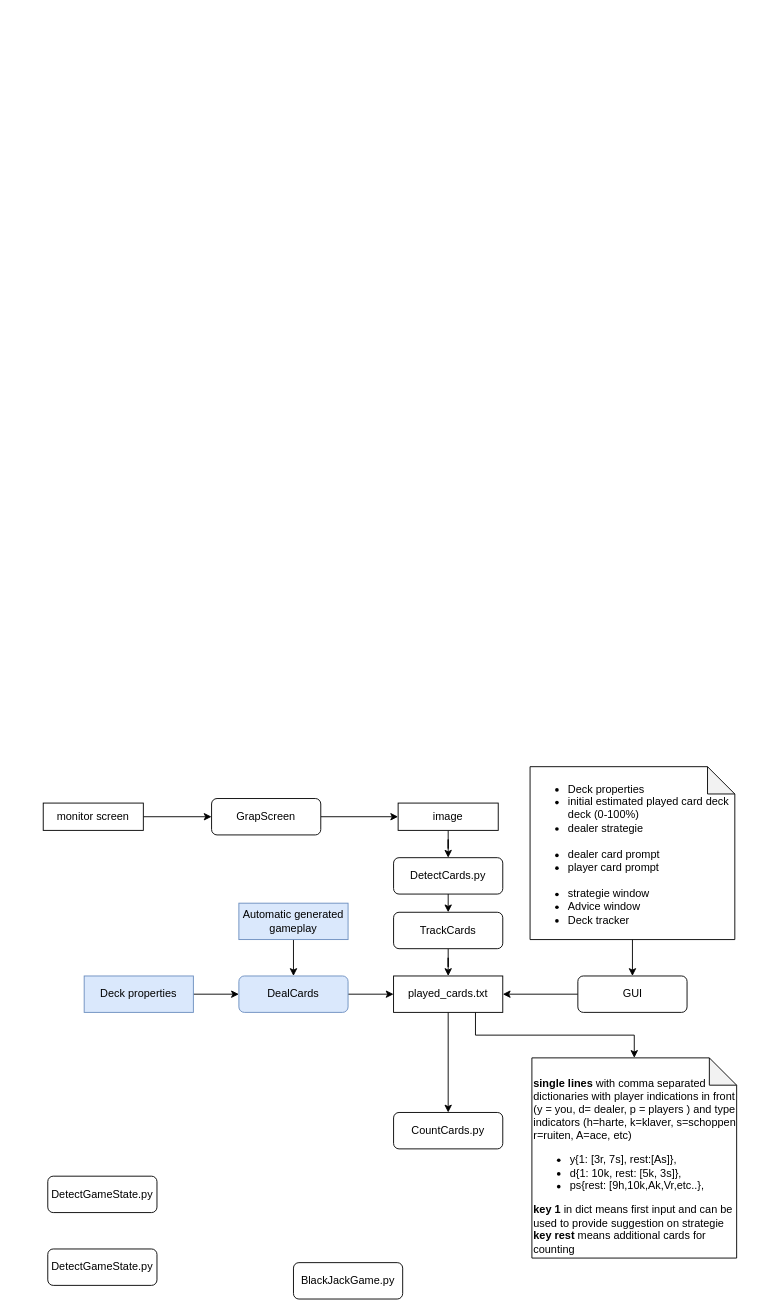
JLSchol/counting_cards keeps this draw.io diagram as docs/flowchart_code.drawio. Above is the earlier version. Source tidied: cells renumbered, new cells numbered last; positions are measured from the earlier drawing's top-left corner, leaving out a move shared by most shapes. Both pictures are drawn from the tidied source at 91%, with x=0, y=0 at pixel (43, 766).
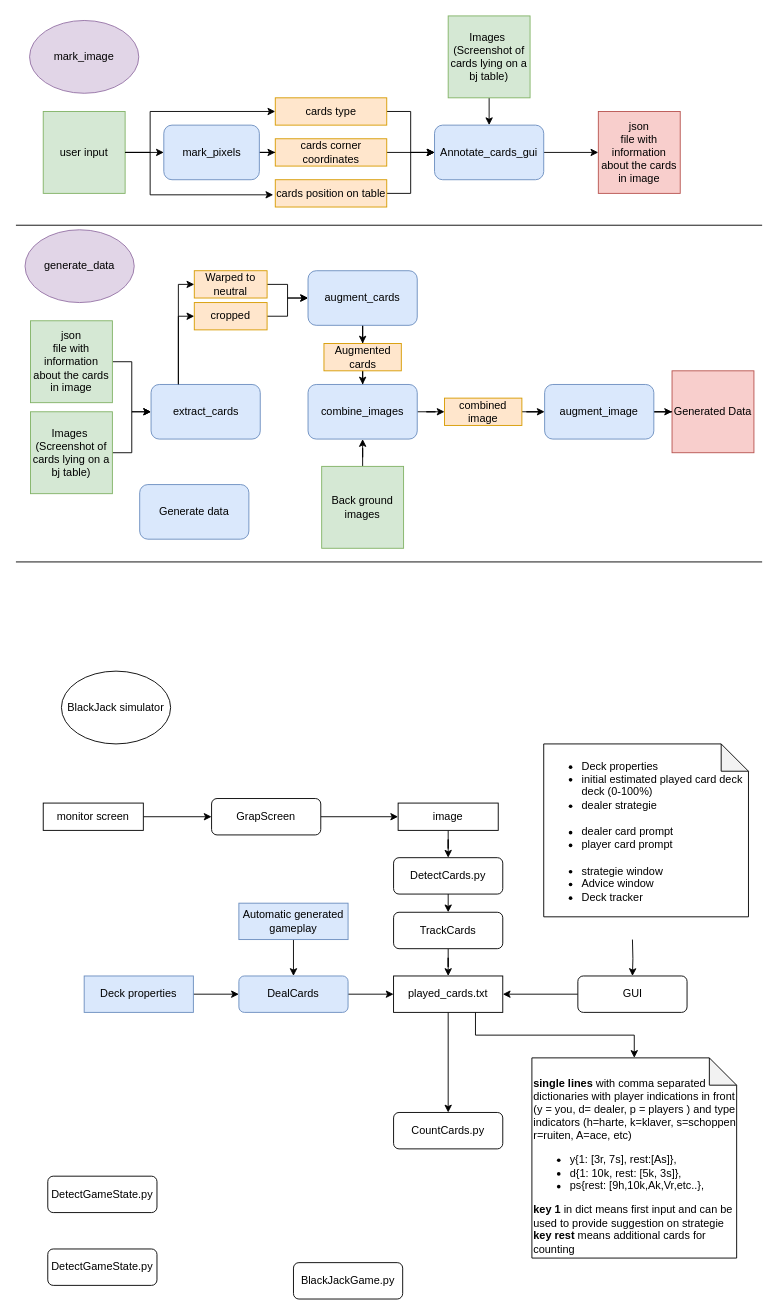
After the change.

The change refers to these unchanged cells:
```xml
<mxCell id="26" value="GUI" style="rounded=1;whiteSpace=wrap;html=1;fontSize=12;glass=0;strokeWidth=1;shadow=0;" parent="1" vertex="1">
  <mxGeometry x="587.5" y="230" width="120" height="40" as="geometry" />
</mxCell>
```

The edit, as a diff of the source:
```diff
@@
-    <mxCell id="27" style="edgeStyle=orthogonalEdgeStyle;rounded=0;jettySize=auto;html=1;entryX=0.5;entryY=0;entryDx=0;entryDy=0;" parent="1" edge="1" source="28" target="26">
-      <mxGeometry relative="1" as="geometry" />
+    <mxCell id="27" style="edgeStyle=orthogonalEdgeStyle;rounded=0;jettySize=auto;html=1;entryX=0.5;entryY=0;entryDx=0;entryDy=0;" parent="1" edge="1" target="26">
+      <mxGeometry relative="1" as="geometry">
+        <mxPoint x="647.5" y="190" as="sourcePoint" />
+      </mxGeometry>
     </mxCell>
     <mxCell id="28" value="&lt;ul&gt;&lt;li&gt;Deck properties&lt;/li&gt;&lt;li&gt;initial estimated played card deck deck (0-100%)&lt;br&gt;&lt;/li&gt;&lt;li&gt;dealer strategie&lt;br&gt;&lt;br&gt;&lt;/li&gt;&lt;li&gt;dealer card prompt&lt;/li&gt;&lt;li&gt;player card prompt&lt;br&gt;&lt;br&gt;&lt;/li&gt;&lt;li&gt;strategie window&lt;br&gt;&lt;/li&gt;&lt;li&gt;Advice window&lt;/li&gt;&lt;li&gt;Deck tracker&lt;/li&gt;&lt;/ul&gt;" style="shape=note;whiteSpace=wrap;html=1;backgroundOutline=1;darkOpacity=0.05;glass=0;align=left;verticalAlign=bottom;" parent="1" vertex="1">
-      <mxGeometry x="535" width="225" height="190" as="geometry" />
+      <mxGeometry x="550" y="-25" width="225" height="190" as="geometry" />
     </mxCell>
@@
+    <mxCell id="30" value="mark_image" style="ellipse;whiteSpace=wrap;html=1;fillColor=#e1d5e7;strokeColor=#9673a6;" parent="1" vertex="1">
+      <mxGeometry x="-15" y="-820" width="120" height="80" as="geometry" />
+    </mxCell>
+    <mxCell id="31" value="generate_data" style="ellipse;whiteSpace=wrap;html=1;fillColor=#e1d5e7;strokeColor=#9673a6;" parent="1" vertex="1">
+      <mxGeometry x="-20" y="-590" width="120" height="80" as="geometry" />
+    </mxCell>
+    <mxCell id="32" value="BlackJack simulator" style="ellipse;whiteSpace=wrap;html=1;" parent="1" vertex="1">
+      <mxGeometry x="20" y="-105" width="120" height="80" as="geometry" />
+    </mxCell>
+    <mxCell id="33" style="edgeStyle=orthogonalEdgeStyle;rounded=0;jettySize=auto;html=1;" parent="1" edge="1" source="34" target="47">
+      <mxGeometry relative="1" as="geometry" />
+    </mxCell>
+    <mxCell id="34" value="Annotate_cards_gui" style="rounded=1;whiteSpace=wrap;html=1;fillColor=#dae8fc;strokeColor=#6c8ebf;" parent="1" vertex="1">
+      <mxGeometry x="430" y="-705" width="120" height="60" as="geometry" />
+    </mxCell>
+    <mxCell id="35" style="edgeStyle=orthogonalEdgeStyle;rounded=0;jettySize=auto;html=1;" parent="1" edge="1" source="36" target="42">
+      <mxGeometry relative="1" as="geometry" />
+    </mxCell>
+    <mxCell id="36" value="mark_pixels" style="rounded=1;whiteSpace=wrap;html=1;fillColor=#dae8fc;strokeColor=#6c8ebf;" parent="1" vertex="1">
+      <mxGeometry x="132.5" y="-705" width="105" height="60" as="geometry" />
+    </mxCell>
+    <mxCell id="37" style="edgeStyle=orthogonalEdgeStyle;rounded=0;jettySize=auto;html=1;exitX=0.5;exitY=1;exitDx=0;exitDy=0;entryX=0.5;entryY=0;entryDx=0;entryDy=0;" parent="1" edge="1" source="38" target="34">
+      <mxGeometry relative="1" as="geometry" />
+    </mxCell>
+    <mxCell id="38" value="Images&amp;nbsp;&lt;br&gt;(Screenshot of cards lying on a bj table)" style="rounded=0;whiteSpace=wrap;html=1;fillColor=#d5e8d4;strokeColor=#82b366;" parent="1" vertex="1">
+      <mxGeometry x="445" y="-825" width="90" height="90" as="geometry" />
+    </mxCell>
+    <mxCell id="39" style="edgeStyle=orthogonalEdgeStyle;rounded=0;jettySize=auto;html=1;" parent="1" edge="1" source="40" target="34">
+      <mxGeometry relative="1" as="geometry" />
+    </mxCell>
+    <mxCell id="40" value="cards type" style="rounded=0;whiteSpace=wrap;html=1;fillColor=#ffe6cc;strokeColor=#d79b00;" parent="1" vertex="1">
+      <mxGeometry x="255" y="-735" width="122.5" height="30" as="geometry" />
+    </mxCell>
+    <mxCell id="41" style="edgeStyle=orthogonalEdgeStyle;rounded=0;jettySize=auto;html=1;" parent="1" edge="1" source="42" target="34">
+      <mxGeometry relative="1" as="geometry" />
+    </mxCell>
+    <mxCell id="42" value="cards corner coordinates" style="rounded=0;whiteSpace=wrap;html=1;fillColor=#ffe6cc;strokeColor=#d79b00;" parent="1" vertex="1">
+      <mxGeometry x="255" y="-690" width="122.5" height="30" as="geometry" />
+    </mxCell>
+    <mxCell id="43" style="edgeStyle=orthogonalEdgeStyle;rounded=0;jettySize=auto;html=1;" parent="1" edge="1" source="44" target="34">
+      <mxGeometry relative="1" as="geometry" />
+    </mxCell>
+    <mxCell id="44" value="cards position on table" style="rounded=0;whiteSpace=wrap;html=1;fillColor=#ffe6cc;strokeColor=#d79b00;" parent="1" vertex="1">
+      <mxGeometry x="255" y="-645" width="122.5" height="30" as="geometry" />
+    </mxCell>
+    <mxCell id="45" style="edgeStyle=orthogonalEdgeStyle;rounded=0;jettySize=auto;html=1;exitX=1;exitY=0.5;exitDx=0;exitDy=0;entryX=0;entryY=0.5;entryDx=0;entryDy=0;" parent="1" edge="1" source="46" target="40">
+      <mxGeometry relative="1" as="geometry">
+        <Array as="points">
+          <mxPoint x="117.5" y="-675" />
+          <mxPoint x="117.5" y="-720" />
+        </Array>
+      </mxGeometry>
+    </mxCell>
+    <mxCell id="46" value="user input" style="rounded=0;whiteSpace=wrap;html=1;fillColor=#d5e8d4;strokeColor=#82b366;" parent="1" vertex="1">
+      <mxGeometry y="-720" width="90" height="90" as="geometry" />
+    </mxCell>
+    <mxCell id="47" value="json&lt;br&gt;file with information about the cards in image" style="rounded=0;whiteSpace=wrap;html=1;fillColor=#f8cecc;strokeColor=#b85450;" parent="1" vertex="1">
+      <mxGeometry x="610" y="-720" width="90" height="90" as="geometry" />
+    </mxCell>
+    <mxCell id="48" style="edgeStyle=orthogonalEdgeStyle;rounded=0;jettySize=auto;html=1;entryX=-0.018;entryY=0.553;entryDx=0;entryDy=0;entryPerimeter=0;exitX=1;exitY=0.5;exitDx=0;exitDy=0;" parent="1" edge="1" source="46" target="44">
+      <mxGeometry relative="1" as="geometry">
+        <Array as="points">
+          <mxPoint x="117.5" y="-675" />
+          <mxPoint x="117.5" y="-628" />
+          <mxPoint x="252.5" y="-628" />
+        </Array>
+      </mxGeometry>
+    </mxCell>
+    <mxCell id="49" style="endArrow=classic;html=1;entryX=0;entryY=0.5;entryDx=0;entryDy=0;exitX=1;exitY=0.5;exitDx=0;exitDy=0;" parent="1" edge="1" source="46" target="36">
+      <mxGeometry relative="1" as="geometry" />
+    </mxCell>
+    <mxCell id="50" style="endArrow=none;html=1;" parent="1" edge="1">
+      <mxGeometry relative="1" as="geometry">
+        <mxPoint x="-30" y="-595" as="sourcePoint" />
+        <mxPoint x="790" y="-595" as="targetPoint" />
+      </mxGeometry>
+    </mxCell>
+    <mxCell id="51" style="edgeStyle=orthogonalEdgeStyle;rounded=0;jettySize=auto;html=1;entryX=0;entryY=0.5;entryDx=0;entryDy=0;" parent="1" edge="1" source="52" target="57">
+      <mxGeometry relative="1" as="geometry" />
+    </mxCell>
+    <mxCell id="52" value="json&lt;br&gt;file with information about the cards in image" style="rounded=0;whiteSpace=wrap;html=1;fillColor=#d5e8d4;strokeColor=#82b366;" parent="1" vertex="1">
+      <mxGeometry x="-14" y="-490" width="90" height="90" as="geometry" />
+    </mxCell>
+    <mxCell id="53" style="edgeStyle=orthogonalEdgeStyle;rounded=0;jettySize=auto;html=1;" parent="1" edge="1" source="54" target="57">
+      <mxGeometry relative="1" as="geometry" />
+    </mxCell>
+    <mxCell id="54" value="Images&amp;nbsp;&lt;br&gt;(Screenshot of cards lying on a bj table)" style="rounded=0;whiteSpace=wrap;html=1;fillColor=#d5e8d4;strokeColor=#82b366;" parent="1" vertex="1">
+      <mxGeometry x="-14" y="-390" width="90" height="90" as="geometry" />
+    </mxCell>
+    <mxCell id="55" style="endArrow=none;html=1;" parent="1" edge="1">
+      <mxGeometry relative="1" as="geometry">
+        <mxPoint x="-30" y="-225" as="sourcePoint" />
+        <mxPoint x="790" y="-225" as="targetPoint" />
+      </mxGeometry>
+    </mxCell>
+    <mxCell id="56" style="edgeStyle=orthogonalEdgeStyle;rounded=0;jettySize=auto;html=1;entryX=0;entryY=0.5;entryDx=0;entryDy=0;exitX=0.25;exitY=0;exitDx=0;exitDy=0;" parent="1" edge="1" source="57" target="65">
+      <mxGeometry relative="1" as="geometry">
+        <Array as="points">
+          <mxPoint x="148" y="-495" />
+        </Array>
+      </mxGeometry>
+    </mxCell>
+    <mxCell id="57" value="extract_cards" style="rounded=1;whiteSpace=wrap;html=1;fillColor=#dae8fc;strokeColor=#6c8ebf;" parent="1" vertex="1">
+      <mxGeometry x="118.5" y="-420" width="120" height="60" as="geometry" />
+    </mxCell>
+    <mxCell id="58" value="Generated Data" style="rounded=0;whiteSpace=wrap;html=1;fillColor=#f8cecc;strokeColor=#b85450;" parent="1" vertex="1">
+      <mxGeometry x="691" y="-435" width="90" height="90" as="geometry" />
+    </mxCell>
+    <mxCell id="59" style="edgeStyle=orthogonalEdgeStyle;rounded=0;jettySize=auto;html=1;" parent="1" edge="1" source="60" target="58">
+      <mxGeometry relative="1" as="geometry" />
+    </mxCell>
+    <mxCell id="60" value="augment_image" style="rounded=1;whiteSpace=wrap;html=1;fillColor=#dae8fc;strokeColor=#6c8ebf;" parent="1" vertex="1">
+      <mxGeometry x="551" y="-420" width="120" height="60" as="geometry" />
+    </mxCell>
+    <mxCell id="61" value="Generate data" style="rounded=1;whiteSpace=wrap;html=1;fillColor=#dae8fc;strokeColor=#6c8ebf;" parent="1" vertex="1">
+      <mxGeometry x="106" y="-310" width="120" height="60" as="geometry" />
+    </mxCell>
+    <mxCell id="62" style="edgeStyle=orthogonalEdgeStyle;rounded=0;jettySize=auto;html=1;" parent="1" edge="1" source="63" target="67">
+      <mxGeometry relative="1" as="geometry" />
+    </mxCell>
+    <mxCell id="63" value="augment_cards" style="rounded=1;whiteSpace=wrap;html=1;fillColor=#dae8fc;strokeColor=#6c8ebf;" parent="1" vertex="1">
+      <mxGeometry x="291" y="-545" width="120" height="60" as="geometry" />
+    </mxCell>
+    <mxCell id="64" style="edgeStyle=orthogonalEdgeStyle;rounded=0;jettySize=auto;html=1;" parent="1" edge="1" source="65" target="63">
+      <mxGeometry relative="1" as="geometry" />
+    </mxCell>
+    <mxCell id="65" value="cropped" style="rounded=0;whiteSpace=wrap;html=1;fillColor=#ffe6cc;strokeColor=#d79b00;" parent="1" vertex="1">
+      <mxGeometry x="166" y="-510" width="80" height="30" as="geometry" />
+    </mxCell>
+    <mxCell id="66" style="edgeStyle=orthogonalEdgeStyle;rounded=0;jettySize=auto;html=1;" parent="1" edge="1" source="67" target="69">
+      <mxGeometry relative="1" as="geometry" />
+    </mxCell>
+    <mxCell id="67" value="Augmented cards" style="rounded=0;whiteSpace=wrap;html=1;fillColor=#ffe6cc;strokeColor=#d79b00;" parent="1" vertex="1">
+      <mxGeometry x="308.5" y="-465" width="85" height="30" as="geometry" />
+    </mxCell>
+    <mxCell id="68" style="edgeStyle=orthogonalEdgeStyle;rounded=0;jettySize=auto;html=1;" parent="1" edge="1" source="69" target="71">
+      <mxGeometry relative="1" as="geometry" />
+    </mxCell>
+    <mxCell id="69" value="combine_images" style="rounded=1;whiteSpace=wrap;html=1;fillColor=#dae8fc;strokeColor=#6c8ebf;" parent="1" vertex="1">
+      <mxGeometry x="291" y="-420" width="120" height="60" as="geometry" />
+    </mxCell>
+    <mxCell id="70" style="edgeStyle=orthogonalEdgeStyle;rounded=0;jettySize=auto;html=1;" parent="1" edge="1" source="71" target="60">
+      <mxGeometry relative="1" as="geometry" />
+    </mxCell>
+    <mxCell id="71" value="combined image" style="rounded=0;whiteSpace=wrap;html=1;fillColor=#ffe6cc;strokeColor=#d79b00;" parent="1" vertex="1">
+      <mxGeometry x="441" y="-405" width="85" height="30" as="geometry" />
+    </mxCell>
+    <mxCell id="72" style="edgeStyle=orthogonalEdgeStyle;rounded=0;jettySize=auto;html=1;" parent="1" edge="1" source="73" target="69">
+      <mxGeometry relative="1" as="geometry" />
+    </mxCell>
+    <mxCell id="73" value="Back ground images" style="rounded=0;whiteSpace=wrap;html=1;fillColor=#d5e8d4;strokeColor=#82b366;" parent="1" vertex="1">
+      <mxGeometry x="306" y="-330" width="90" height="90" as="geometry" />
+    </mxCell>
+    <mxCell id="74" style="edgeStyle=orthogonalEdgeStyle;rounded=0;jettySize=auto;html=1;" parent="1" edge="1" source="75" target="63">
+      <mxGeometry relative="1" as="geometry" />
+    </mxCell>
+    <mxCell id="75" value="Warped to neutral" style="rounded=0;whiteSpace=wrap;html=1;fillColor=#ffe6cc;strokeColor=#d79b00;" parent="1" vertex="1">
+      <mxGeometry x="166" y="-545" width="80" height="30" as="geometry" />
+    </mxCell>
+    <mxCell id="76" style="edgeStyle=orthogonalEdgeStyle;rounded=0;jettySize=auto;html=1;entryX=0;entryY=0.5;entryDx=0;entryDy=0;exitX=0.25;exitY=0;exitDx=0;exitDy=0;" parent="1" edge="1" source="57" target="75">
+      <mxGeometry relative="1" as="geometry">
+        <Array as="points">
+          <mxPoint x="148" y="-530" />
+        </Array>
+      </mxGeometry>
+    </mxCell>
```
